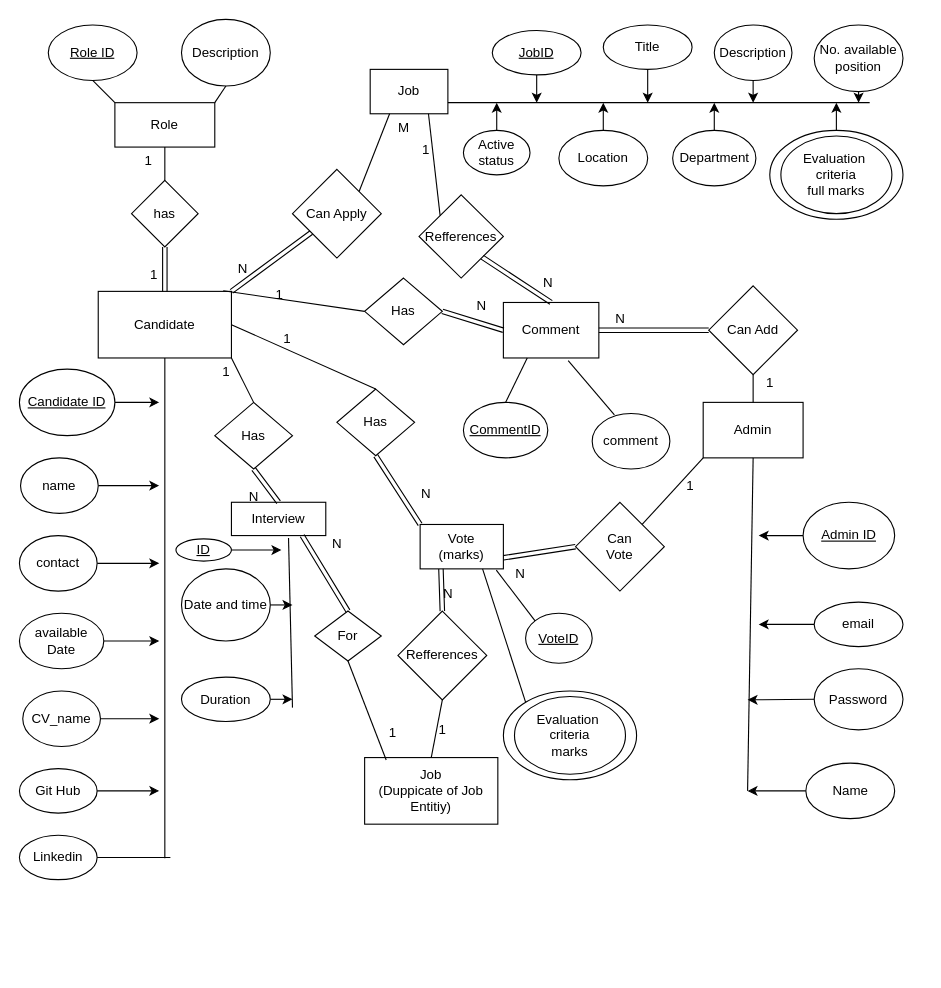
Earlier version of the draw.io diagram Database/ER.drawio (SethmaNW/Smart-Recruiter_fork). Source tidied: cells renumbered, new cells numbered last; positions are measured from the earlier drawing's top-left corner, leaving out a move shared by most shapes. Both pictures are drawn from the tidied source at 111%, with x=0, y=0 at pixel (19, 19).
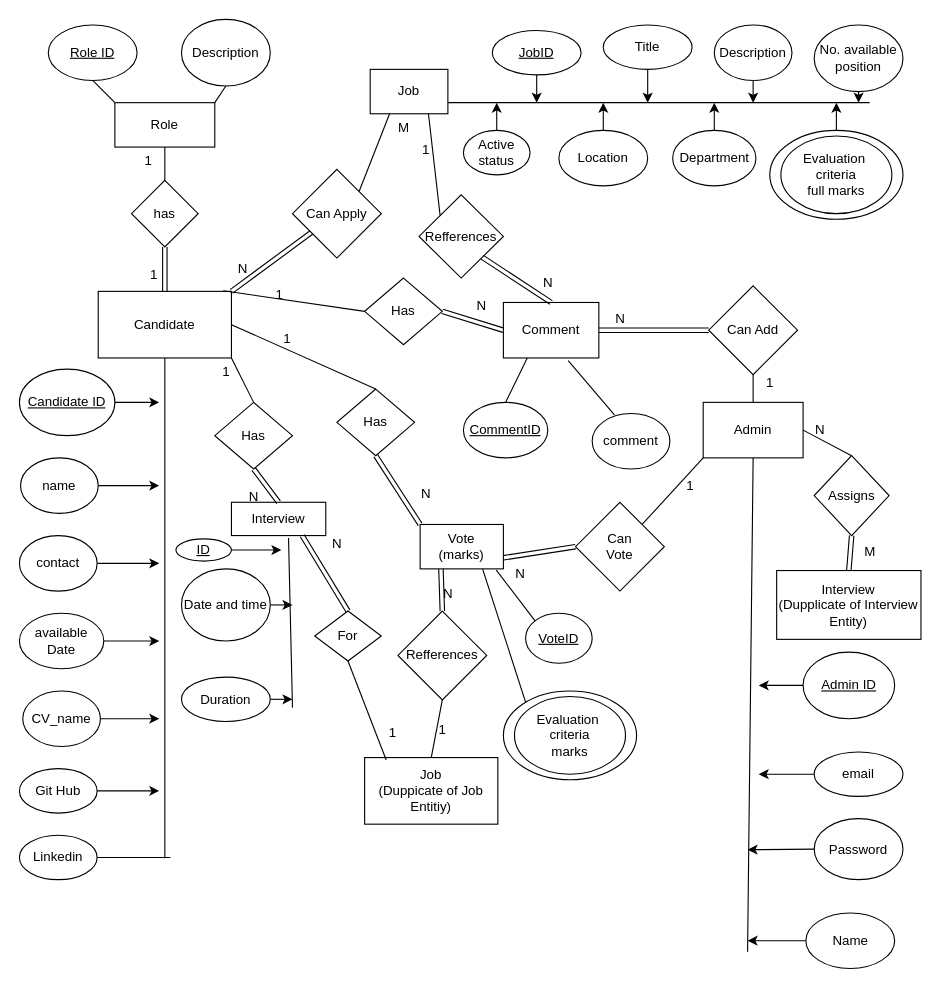
Above is the later version.

Unchanged cells that the change refers to:
```xml
<mxCell id="52" value="Admin" style="rounded=0;whiteSpace=wrap;html=1;" parent="1" vertex="1">
  <mxGeometry x="616" y="345" width="90" height="50" as="geometry" />
</mxCell>
```

The edit, as a diff of the source:
```diff
@@
     <mxCell id="53" style="edgeStyle=orthogonalEdgeStyle;rounded=0;jettySize=auto;html=1;exitX=0;exitY=0.5;exitDx=0;exitDy=0;" parent="1" edge="1" source="54">
       <mxGeometry relative="1" as="geometry">
-        <mxPoint x="666" y="465" as="targetPoint" />
+        <mxPoint x="666" y="600" as="targetPoint" />
       </mxGeometry>
     </mxCell>
     <mxCell id="54" value="&lt;u&gt;Admin ID&lt;/u&gt;" style="ellipse;whiteSpace=wrap;html=1;" parent="1" vertex="1">
-      <mxGeometry x="706" y="435" width="82.5" height="60" as="geometry" />
+      <mxGeometry x="706" y="570" width="82.5" height="60" as="geometry" />
     </mxCell>
     <mxCell id="55" style="edgeStyle=orthogonalEdgeStyle;rounded=0;jettySize=auto;html=1;exitX=0;exitY=0.5;exitDx=0;exitDy=0;" parent="1" edge="1" source="56">
       <mxGeometry relative="1" as="geometry">
-        <mxPoint x="666" y="545" as="targetPoint" />
+        <mxPoint x="666" y="680" as="targetPoint" />
       </mxGeometry>
     </mxCell>
     <mxCell id="56" value="email" style="ellipse;whiteSpace=wrap;html=1;" parent="1" vertex="1">
-      <mxGeometry x="716" y="525" width="80" height="40" as="geometry" />
+      <mxGeometry x="716" y="660" width="80" height="40" as="geometry" />
     </mxCell>
     <mxCell id="57" value="Password" style="ellipse;whiteSpace=wrap;html=1;" parent="1" vertex="1">
-      <mxGeometry x="716" y="585" width="80" height="55" as="geometry" />
+      <mxGeometry x="716" y="720" width="80" height="55" as="geometry" />
     </mxCell>
     <mxCell id="58" style="edgeStyle=orthogonalEdgeStyle;rounded=0;jettySize=auto;html=1;exitX=0;exitY=0.5;exitDx=0;exitDy=0;" parent="1" edge="1" source="59">
       <mxGeometry relative="1" as="geometry">
-        <mxPoint x="656" y="695" as="targetPoint" />
+        <mxPoint x="656" y="830" as="targetPoint" />
       </mxGeometry>
     </mxCell>
     <mxCell id="59" value="Name" style="ellipse;whiteSpace=wrap;html=1;" parent="1" vertex="1">
-      <mxGeometry x="708.5" y="670" width="80" height="50" as="geometry" />
+      <mxGeometry x="708.5" y="805" width="80" height="50" as="geometry" />
     </mxCell>
     <mxCell id="60" style="endArrow=none;html=1;rounded=0;entryX=0.5;entryY=1;entryDx=0;entryDy=0;" parent="1" edge="1" target="52">
       <mxGeometry relative="1" as="geometry">
-        <mxPoint x="656" y="695" as="sourcePoint" />
+        <mxPoint x="656" y="840" as="sourcePoint" />
       </mxGeometry>
     </mxCell>
     <mxCell id="61" style="endArrow=classic;html=1;rounded=0;exitX=0;exitY=0.5;exitDx=0;exitDy=0;" parent="1" edge="1" source="57">
       <mxGeometry relative="1" as="geometry">
-        <mxPoint x="656" y="613" as="targetPoint" />
+        <mxPoint x="656" y="748" as="targetPoint" />
       </mxGeometry>
     </mxCell>
@@
+    <mxCell id="122" value="Interview&lt;div&gt;(Dupplicate of Interview Entity)&lt;/div&gt;" style="rounded=0;whiteSpace=wrap;html=1;" parent="1" vertex="1">
+      <mxGeometry x="682.2" y="496.5" width="130" height="62" as="geometry" />
+    </mxCell>
+    <mxCell id="123" value="Assigns" style="rhombus;whiteSpace=wrap;html=1;" parent="1" vertex="1">
+      <mxGeometry x="716" y="393" width="67.5" height="72" as="geometry" />
+    </mxCell>
+    <mxCell id="124" style="shape=link;html=1;rounded=0;exitX=0.5;exitY=0;exitDx=0;exitDy=0;entryX=0.5;entryY=1;entryDx=0;entryDy=0;" parent="1" edge="1" source="122" target="123">
+      <mxGeometry relative="1" as="geometry" />
+    </mxCell>
+    <mxCell id="125" style="endArrow=none;html=1;rounded=0;entryX=0.5;entryY=0;entryDx=0;entryDy=0;exitX=1;exitY=0.5;exitDx=0;exitDy=0;" parent="1" edge="1" source="52" target="123">
+      <mxGeometry relative="1" as="geometry" />
+    </mxCell>
+    <mxCell id="126" value="N" style="text;html=1;align=center;verticalAlign=middle;strokeColor=none;fillColor=none;" parent="1" vertex="1">
+      <mxGeometry x="706" y="355" width="30" height="30" as="geometry" />
+    </mxCell>
+    <mxCell id="127" value="M" style="text;html=1;align=center;verticalAlign=middle;strokeColor=none;fillColor=none;" parent="1" vertex="1">
+      <mxGeometry x="751" y="465" width="30" height="30" as="geometry" />
+    </mxCell>
```
